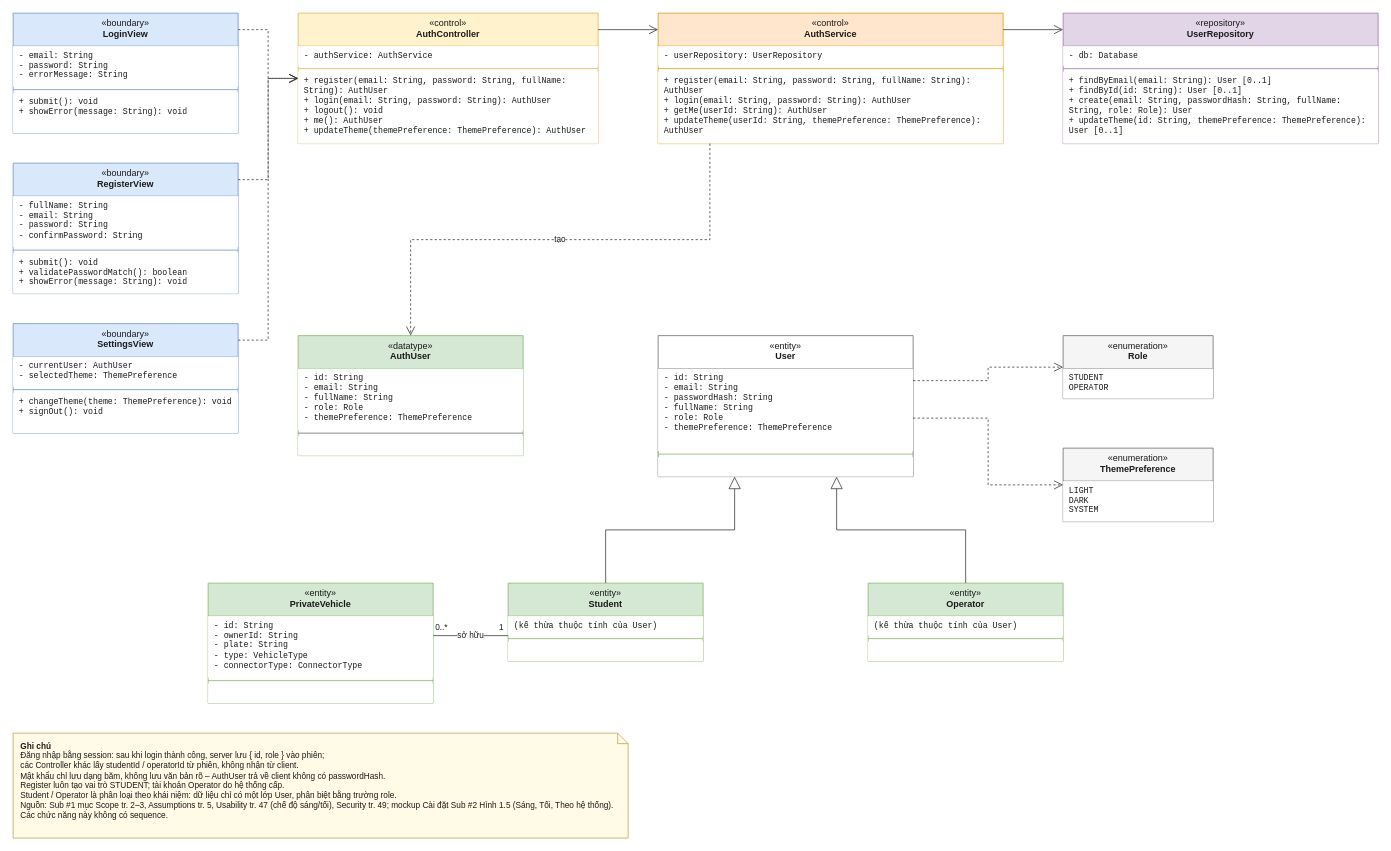
This is page "Tai khoan" (1 of 2) of docs/submission-3/quangnhan/class-tai-khoan-do-xe.drawio from nhanbui304/smart-emobility-hub, a draw.io file, before an edit. Source tidied: cells renumbered, new cells numbered last; positions are measured from the earlier drawing's top-left corner, leaving out a move shared by most shapes. Both pictures are drawn from the tidied source at 75%, with x=0, y=0 at pixel (13, 13).
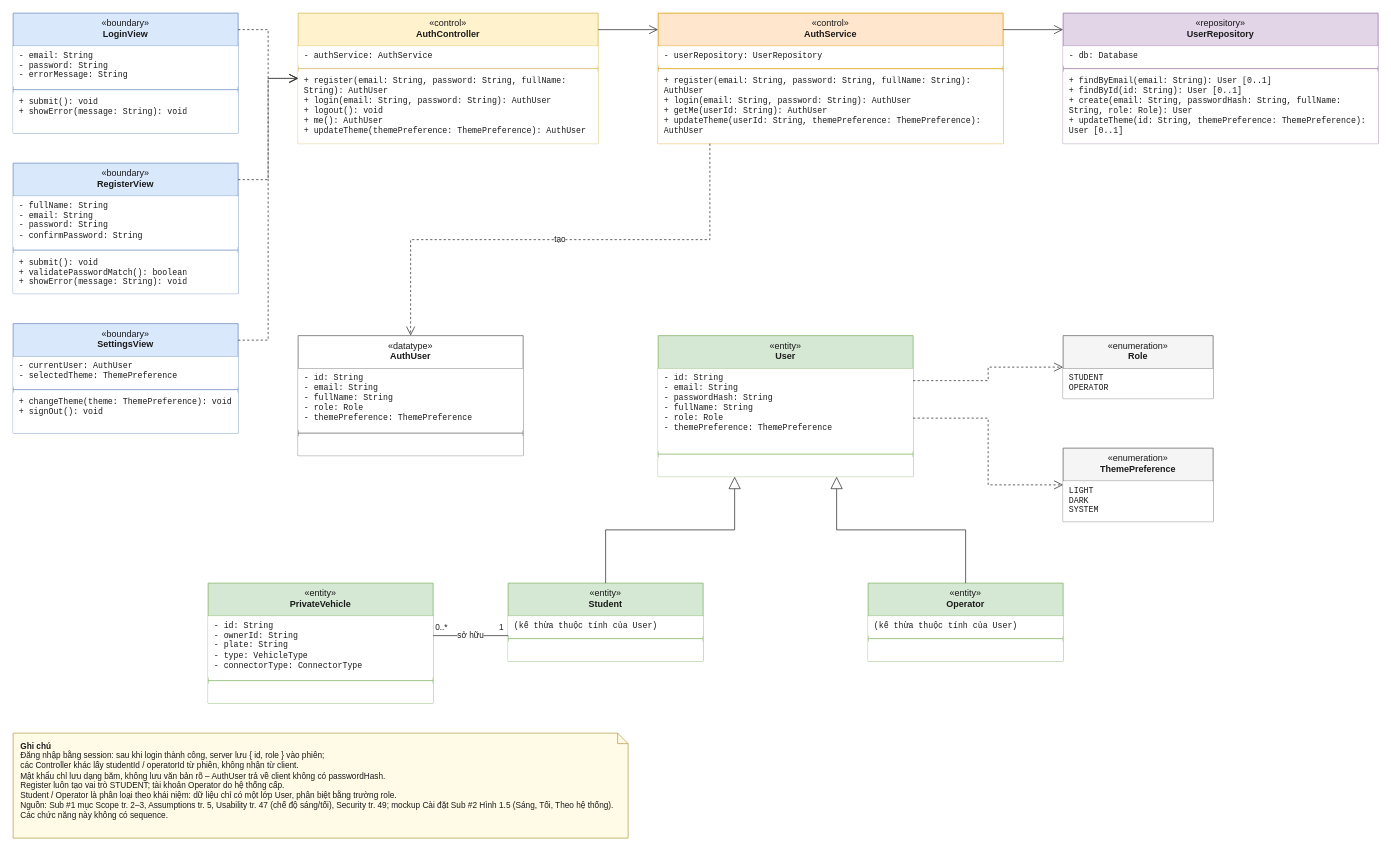
After the change.

Commit message (it also covers changes not shown here):
docs: notifyOperator returns NotificationResult; re-export account class diagram

- Linh: NotificationService.notifyOperator(alert): NotificationResult, add NotificationResult datatype (sent, failedRecipientIds), matching sequence UC04
- Quang Nhan: fix swapped colors (User entity green, AuthUser datatype white), re-export class-tai-khoan.png from the current drawio

Change to the diagram source:
```diff
@@
-    <mxCell id="31" value="«entity»&lt;br&gt;&lt;b&gt;User&lt;/b&gt;" style="swimlane;fontStyle=0;align=center;verticalAlign=top;horizontal=1;startSize=44;html=1;whiteSpace=wrap;fillColor=#ffffff;strokeColor=#666666;fontSize=12;fontColor=#1a1a1a;" parent="1" vertex="1">
+    <mxCell id="31" value="«entity»&lt;br&gt;&lt;b&gt;User&lt;/b&gt;" style="swimlane;fontStyle=0;align=center;verticalAlign=top;horizontal=1;startSize=44;html=1;whiteSpace=wrap;fillColor=#d5e8d4;strokeColor=#82b366;fontSize=12;fontColor=#1a1a1a;" parent="1" vertex="1">
       <mxGeometry x="860" y="430" width="340" height="188" as="geometry" />
     </mxCell>
@@
-    <mxCell id="47" value="«datatype»&lt;br&gt;&lt;b&gt;AuthUser&lt;/b&gt;" style="swimlane;fontStyle=0;align=center;verticalAlign=top;horizontal=1;startSize=44;html=1;whiteSpace=wrap;fillColor=#d5e8d4;strokeColor=#82b366;fontSize=12;fontColor=#1a1a1a;" parent="1" vertex="1">
+    <mxCell id="47" value="«datatype»&lt;br&gt;&lt;b&gt;AuthUser&lt;/b&gt;" style="swimlane;fontStyle=0;align=center;verticalAlign=top;horizontal=1;startSize=44;html=1;whiteSpace=wrap;fillColor=#ffffff;strokeColor=#666666;fontSize=12;fontColor=#1a1a1a;" parent="1" vertex="1">
       <mxGeometry x="380" y="430" width="300" height="160" as="geometry" />
     </mxCell>
```
